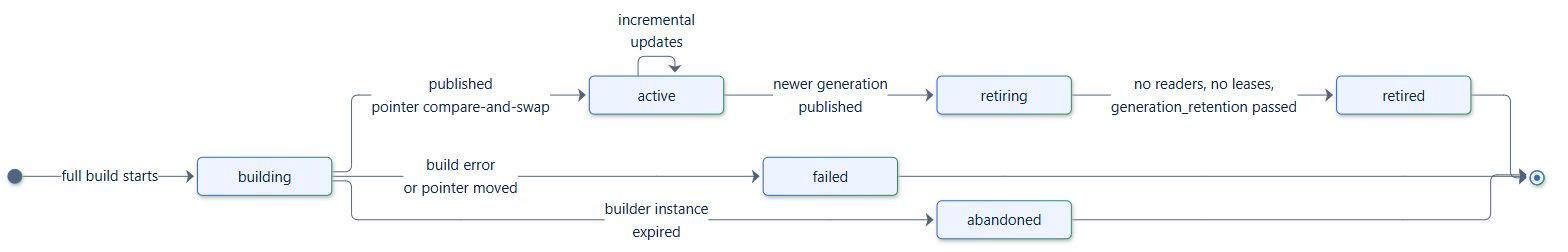
This is docs/assets/diagrams/generation-states.png from smuniharish/retrievalloom, a Mermaid export, as it was before one commit. Its source is kept beside it as diagrams/generation-states.mmd.
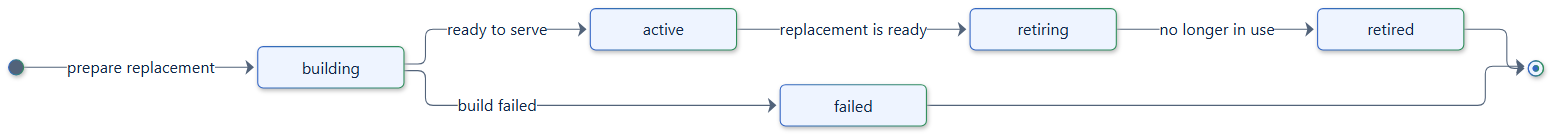
Above is the later version.

What changed in the source:
```diff
@@ -1,12 +1,9 @@
 stateDiagram-v2
     direction LR
-    [*] --> building: full build starts
-    building --> active: published<br/>pointer compare-and-swap
-    building --> failed: build error<br/>or pointer moved
-    building --> abandoned: builder instance<br/>expired
-    active --> active: incremental<br/>updates
-    active --> retiring: newer generation<br/>published
-    retiring --> retired: no readers, no leases,<br/>generation_retention passed
+    [*] --> building: prepare replacement
+    building --> active: ready to serve
+    building --> failed: build failed
+    active --> retiring: replacement is ready
+    retiring --> retired: no longer in use
     retired --> [*]
     failed --> [*]
-    abandoned --> [*]
```
